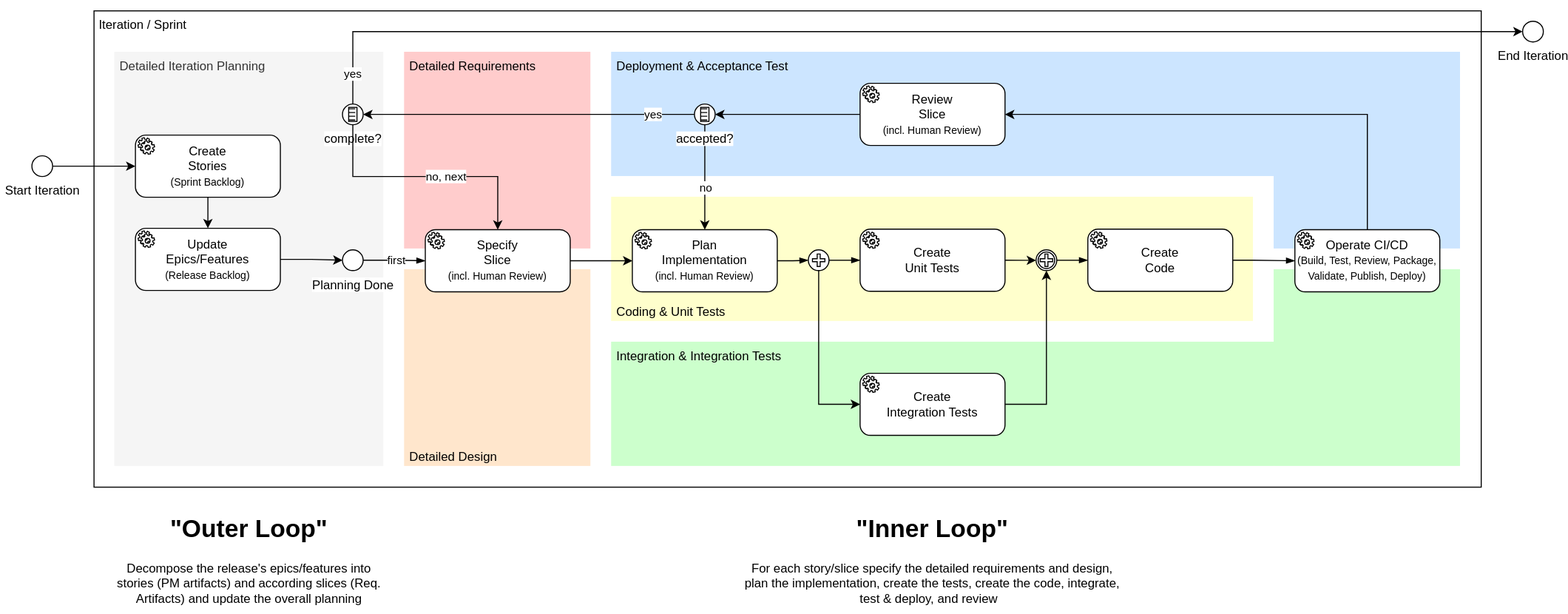
Above: docs/governance/workflows/agent-workflows/Iteration-Agent-Workflow.svg in hochschule-darmstadt/a3se_app (draw.io), before the change. Source tidied: cells renumbered, new cells last; positions are measured from the earlier drawing's top-left corner, leaving out a move shared by most shapes. Source of this version:
```xml
<mxGraphModel>
  <root>
    <mxCell id="0" />
    <mxCell id="1" parent="0" />
    <mxCell id="2" style="rounded=0;whiteSpace=wrap;html=1;align=left;verticalAlign=top;spacingLeft=3;fillColor=#CCFFCC;strokeColor=none;" parent="1" vertex="1">
      <mxGeometry x="1230" y="260" width="180" height="190" as="geometry" />
    </mxCell>
    <mxCell id="3" style="rounded=0;whiteSpace=wrap;html=1;align=left;verticalAlign=top;spacingLeft=3;fillColor=#CCE5FF;strokeColor=none;" parent="1" vertex="1">
      <mxGeometry x="1230" y="50" width="180" height="190" as="geometry" />
    </mxCell>
    <mxCell id="4" value="Iteration / Sprint" style="rounded=0;whiteSpace=wrap;html=1;align=left;verticalAlign=top;spacingLeft=3;fillColor=none;" parent="1" vertex="1">
      <mxGeometry x="90" y="10" width="1340" height="460" as="geometry" />
    </mxCell>
    <mxCell id="5" value="Detailed Design" style="rounded=0;whiteSpace=wrap;html=1;align=left;verticalAlign=bottom;spacingLeft=3;fillColor=#FFE6CC;spacingRight=3;strokeColor=none;" parent="1" vertex="1">
      <mxGeometry x="390" y="260" width="180" height="190" as="geometry" />
    </mxCell>
    <mxCell id="6" value="Detailed Requirements" style="rounded=0;whiteSpace=wrap;html=1;align=left;verticalAlign=top;spacingLeft=3;fillColor=#FFCCCC;strokeColor=none;" parent="1" vertex="1">
      <mxGeometry x="390" y="50" width="180" height="190" as="geometry" />
    </mxCell>
    <mxCell id="7" value="Detailed Iteration Planning" style="rounded=0;whiteSpace=wrap;html=1;align=left;verticalAlign=top;spacingLeft=3;fillColor=#f5f5f5;fontColor=#333333;strokeColor=none;" parent="1" vertex="1">
      <mxGeometry x="110" y="50" width="260" height="400" as="geometry" />
    </mxCell>
    <mxCell id="8" value="Create&lt;div&gt;Stories&lt;font style=&quot;font-size: 10px;&quot;&gt;&lt;br&gt;(Sprint Backlog)&lt;/font&gt;&lt;/div&gt;" style="points=[[0.25,0,0],[0.5,0,0],[0.75,0,0],[1,0.25,0],[1,0.5,0],[1,0.75,0],[0.75,1,0],[0.5,1,0],[0.25,1,0],[0,0.75,0],[0,0.5,0],[0,0.25,0]];shape=mxgraph.bpmn.task2;whiteSpace=wrap;rectStyle=rounded;size=10;html=1;taskMarker=service;spacingTop=0;" parent="1" vertex="1">
      <mxGeometry x="130" y="130" width="140" height="60" as="geometry" />
    </mxCell>
    <mxCell id="9" value="Update&lt;div&gt;Epics/Features&lt;font style=&quot;font-size: 10px;&quot;&gt;&lt;br&gt;(Release Backlog)&lt;/font&gt;&lt;/div&gt;" style="points=[[0.25,0,0],[0.5,0,0],[0.75,0,0],[1,0.25,0],[1,0.5,0],[1,0.75,0],[0.75,1,0],[0.5,1,0],[0.25,1,0],[0,0.75,0],[0,0.5,0],[0,0.25,0]];shape=mxgraph.bpmn.task2;whiteSpace=wrap;rectStyle=rounded;size=10;html=1;taskMarker=service;" parent="1" vertex="1">
      <mxGeometry x="130" y="220" width="140" height="60" as="geometry" />
    </mxCell>
    <mxCell id="10" value="Coding &amp;amp; Unit Tests" style="rounded=0;whiteSpace=wrap;html=1;align=left;verticalAlign=bottom;spacingLeft=3;fillColor=#FFFFCC;strokeColor=none;" parent="1" vertex="1">
      <mxGeometry x="590" y="190" width="620" height="120" as="geometry" />
    </mxCell>
    <mxCell id="11" value="Integration &amp;amp; Integration Tests" style="rounded=0;whiteSpace=wrap;html=1;align=left;verticalAlign=top;spacingLeft=3;fillColor=#CCFFCC;strokeColor=none;" parent="1" vertex="1">
      <mxGeometry x="590" y="330" width="640" height="120" as="geometry" />
    </mxCell>
    <mxCell id="12" value="Plan&lt;div&gt;Implementation&lt;font style=&quot;font-size: 10px;&quot;&gt;&lt;br&gt;(incl. Human Review)&lt;/font&gt;&lt;/div&gt;" style="points=[[0.25,0,0],[0.5,0,0],[0.75,0,0],[1,0.25,0],[1,0.5,0],[1,0.75,0],[0.75,1,0],[0.5,1,0],[0.25,1,0],[0,0.75,0],[0,0.5,0],[0,0.25,0]];shape=mxgraph.bpmn.task2;whiteSpace=wrap;rectStyle=rounded;size=10;html=1;taskMarker=service;" parent="1" vertex="1">
      <mxGeometry x="610" y="221.4" width="140" height="60" as="geometry" />
    </mxCell>
    <mxCell id="13" value="Deployment &amp;amp; Acceptance Test" style="rounded=0;whiteSpace=wrap;html=1;align=left;verticalAlign=top;spacingLeft=3;fillColor=#CCE5FF;strokeColor=none;" parent="1" vertex="1">
      <mxGeometry x="590" y="50" width="640" height="120" as="geometry" />
    </mxCell>
    <mxCell id="14" style="edgeStyle=orthogonalEdgeStyle;rounded=0;jettySize=auto;html=1;exitX=1;exitY=0.5;exitDx=0;exitDy=0;exitPerimeter=0;" parent="1" edge="1" source="15" target="28">
      <mxGeometry relative="1" as="geometry" />
    </mxCell>
    <mxCell id="15" value="Create&lt;div&gt;Unit Tests&lt;/div&gt;" style="points=[[0.25,0,0],[0.5,0,0],[0.75,0,0],[1,0.25,0],[1,0.5,0],[1,0.75,0],[0.75,1,0],[0.5,1,0],[0.25,1,0],[0,0.75,0],[0,0.5,0],[0,0.25,0]];shape=mxgraph.bpmn.task2;whiteSpace=wrap;rectStyle=rounded;size=10;html=1;taskMarker=service;" parent="1" vertex="1">
      <mxGeometry x="830" y="220.9" width="140" height="60" as="geometry" />
    </mxCell>
    <mxCell id="16" value="Create&lt;div&gt;Integration Tests&lt;/div&gt;" style="points=[[0.25,0,0],[0.5,0,0],[0.75,0,0],[1,0.25,0],[1,0.5,0],[1,0.75,0],[0.75,1,0],[0.5,1,0],[0.25,1,0],[0,0.75,0],[0,0.5,0],[0,0.25,0]];shape=mxgraph.bpmn.task2;whiteSpace=wrap;rectStyle=rounded;size=10;html=1;taskMarker=service;" parent="1" vertex="1">
      <mxGeometry x="830" y="360" width="140" height="60" as="geometry" />
    </mxCell>
    <mxCell id="17" value="Review&lt;div&gt;Slice&lt;font style=&quot;font-size: 10px;&quot;&gt;&lt;br&gt;(incl. Human Review)&lt;/font&gt;&lt;/div&gt;" style="points=[[0.25,0,0],[0.5,0,0],[0.75,0,0],[1,0.25,0],[1,0.5,0],[1,0.75,0],[0.75,1,0],[0.5,1,0],[0.25,1,0],[0,0.75,0],[0,0.5,0],[0,0.25,0]];shape=mxgraph.bpmn.task2;whiteSpace=wrap;rectStyle=rounded;size=10;html=1;taskMarker=service;" parent="1" vertex="1">
      <mxGeometry x="830" y="80" width="140" height="60" as="geometry" />
    </mxCell>
    <mxCell id="18" style="edgeStyle=orthogonalEdgeStyle;rounded=0;jettySize=auto;html=1;exitX=1;exitY=0.5;exitDx=0;exitDy=0;exitPerimeter=0;" parent="1" edge="1" source="19" target="8">
      <mxGeometry relative="1" as="geometry" />
    </mxCell>
    <mxCell id="19" value="Start Iteration" style="points=[[0.145,0.145,0],[0.5,0,0],[0.855,0.145,0],[1,0.5,0],[0.855,0.855,0],[0.5,1,0],[0.145,0.855,0],[0,0.5,0]];shape=mxgraph.bpmn.event;html=1;verticalLabelPosition=bottom;labelBackgroundColor=#ffffff;verticalAlign=top;align=center;perimeter=ellipsePerimeter;outlineConnect=0;outline=standard;symbol=general;" parent="1" vertex="1">
      <mxGeometry x="30" y="150" width="20" height="20" as="geometry" />
    </mxCell>
    <mxCell id="20" value="Planning Done" style="points=[[0.145,0.145,0],[0.5,0,0],[0.855,0.145,0],[1,0.5,0],[0.855,0.855,0],[0.5,1,0],[0.145,0.855,0],[0,0.5,0]];shape=mxgraph.bpmn.event;html=1;verticalLabelPosition=bottom;labelBackgroundColor=#ffffff;verticalAlign=top;align=center;perimeter=ellipsePerimeter;outlineConnect=0;outline=standard;symbol=general;" parent="1" vertex="1">
      <mxGeometry x="330" y="240.9" width="20" height="20" as="geometry" />
    </mxCell>
    <mxCell id="21" style="points=[[0.145,0.145,0],[0.5,0,0],[0.855,0.145,0],[1,0.5,0],[0.855,0.855,0],[0.5,1,0],[0.145,0.855,0],[0,0.5,0]];shape=mxgraph.bpmn.event;html=1;verticalLabelPosition=bottom;labelBackgroundColor=#ffffff;verticalAlign=top;align=center;perimeter=ellipsePerimeter;outlineConnect=0;outline=eventInt;symbol=parallelMultiple;" parent="1" vertex="1">
      <mxGeometry x="780" y="240.9" width="20" height="20" as="geometry" />
    </mxCell>
    <mxCell id="22" style="edgeStyle=elbowEdgeStyle;fontSize=12;html=1;endArrow=blockThin;endFill=1;rounded=0;exitX=1;exitY=0.5;exitDx=0;exitDy=0;exitPerimeter=0;entryX=0;entryY=0.5;entryDx=0;entryDy=0;entryPerimeter=0;" parent="1" edge="1" source="12" target="21">
      <mxGeometry relative="1" as="geometry" />
    </mxCell>
    <mxCell id="23" style="edgeStyle=elbowEdgeStyle;fontSize=12;html=1;endArrow=blockThin;endFill=1;rounded=0;entryX=0;entryY=0.5;entryDx=0;entryDy=0;entryPerimeter=0;exitX=1;exitY=0.5;exitDx=0;exitDy=0;exitPerimeter=0;" parent="1" edge="1" source="29" target="46">
      <mxGeometry relative="1" as="geometry">
        <Array as="points">
          <mxPoint x="1210" y="240" />
        </Array>
      </mxGeometry>
    </mxCell>
    <mxCell id="24" style="edgeStyle=elbowEdgeStyle;fontSize=12;html=1;endArrow=blockThin;endFill=1;rounded=0;entryX=0;entryY=0.5;entryDx=0;entryDy=0;entryPerimeter=0;exitX=1;exitY=0.5;exitDx=0;exitDy=0;exitPerimeter=0;" parent="1" edge="1" source="28" target="29">
      <mxGeometry relative="1" as="geometry">
        <Array as="points">
          <mxPoint x="1040" y="220.9" />
        </Array>
      </mxGeometry>
    </mxCell>
    <mxCell id="25" style="edgeStyle=elbowEdgeStyle;fontSize=12;html=1;endArrow=blockThin;endFill=1;rounded=0;exitX=1;exitY=0.5;exitDx=0;exitDy=0;exitPerimeter=0;entryX=0;entryY=0.5;entryDx=0;entryDy=0;entryPerimeter=0;" parent="1" edge="1" source="20" target="27">
      <mxGeometry relative="1" as="geometry" />
    </mxCell>
    <mxCell id="26" value="first" style="edgeLabel;html=1;align=center;verticalAlign=middle;" parent="25" vertex="1">
      <mxGeometry x="-0.25" relative="1" as="geometry">
        <mxPoint x="8" as="offset" />
      </mxGeometry>
    </mxCell>
    <mxCell id="27" value="Specify&lt;div&gt;Slice&lt;font style=&quot;font-size: 10px;&quot;&gt;&lt;br&gt;(incl. Human Review)&lt;/font&gt;&lt;/div&gt;" style="points=[[0.25,0,0],[0.5,0,0],[0.75,0,0],[1,0.25,0],[1,0.5,0],[1,0.75,0],[0.75,1,0],[0.5,1,0],[0.25,1,0],[0,0.75,0],[0,0.5,0],[0,0.25,0]];shape=mxgraph.bpmn.task2;whiteSpace=wrap;rectStyle=rounded;size=10;html=1;taskMarker=service;" parent="1" vertex="1">
      <mxGeometry x="410" y="221.4" width="140" height="60" as="geometry" />
    </mxCell>
    <mxCell id="28" style="points=[[0.145,0.145,0],[0.5,0,0],[0.855,0.145,0],[1,0.5,0],[0.855,0.855,0],[0.5,1,0],[0.145,0.855,0],[0,0.5,0]];shape=mxgraph.bpmn.event;html=1;verticalLabelPosition=bottom;labelBackgroundColor=#ffffff;verticalAlign=top;align=center;perimeter=ellipsePerimeter;outlineConnect=0;outline=catching;symbol=parallelMultiple;" parent="1" vertex="1">
      <mxGeometry x="1000" y="240.9" width="20" height="20" as="geometry" />
    </mxCell>
    <mxCell id="29" value="Create&lt;div&gt;Code&lt;/div&gt;" style="points=[[0.25,0,0],[0.5,0,0],[0.75,0,0],[1,0.25,0],[1,0.5,0],[1,0.75,0],[0.75,1,0],[0.5,1,0],[0.25,1,0],[0,0.75,0],[0,0.5,0],[0,0.25,0]];shape=mxgraph.bpmn.task2;whiteSpace=wrap;rectStyle=rounded;size=10;html=1;taskMarker=service;" parent="1" vertex="1">
      <mxGeometry x="1050" y="220.9" width="140" height="60" as="geometry" />
    </mxCell>
    <mxCell id="30" style="edgeStyle=orthogonalEdgeStyle;rounded=0;jettySize=auto;html=1;exitX=1;exitY=0.5;exitDx=0;exitDy=0;exitPerimeter=0;entryX=0;entryY=0.5;entryDx=0;entryDy=0;entryPerimeter=0;" parent="1" edge="1" source="9" target="20">
      <mxGeometry relative="1" as="geometry" />
    </mxCell>
    <mxCell id="31" style="edgeStyle=elbowEdgeStyle;fontSize=12;html=1;endArrow=blockThin;endFill=1;rounded=0;entryX=0;entryY=0.5;entryDx=0;entryDy=0;entryPerimeter=0;exitX=1;exitY=0.5;exitDx=0;exitDy=0;exitPerimeter=0;" parent="1" edge="1" source="21" target="15">
      <mxGeometry relative="1" as="geometry" />
    </mxCell>
    <mxCell id="32" style="edgeStyle=orthogonalEdgeStyle;rounded=0;jettySize=auto;html=1;exitX=0.5;exitY=1;exitDx=0;exitDy=0;exitPerimeter=0;entryX=0;entryY=0.5;entryDx=0;entryDy=0;entryPerimeter=0;" parent="1" edge="1" source="21" target="16">
      <mxGeometry relative="1" as="geometry" />
    </mxCell>
    <mxCell id="33" style="edgeStyle=orthogonalEdgeStyle;rounded=0;jettySize=auto;html=1;exitX=1;exitY=0.5;exitDx=0;exitDy=0;exitPerimeter=0;entryX=0.5;entryY=1;entryDx=0;entryDy=0;entryPerimeter=0;" parent="1" edge="1" source="16" target="28">
      <mxGeometry relative="1" as="geometry" />
    </mxCell>
    <mxCell id="34" style="edgeStyle=orthogonalEdgeStyle;rounded=0;jettySize=auto;html=1;exitX=0.5;exitY=1;exitDx=0;exitDy=0;exitPerimeter=0;" parent="1" edge="1" source="36" target="12">
      <mxGeometry relative="1" as="geometry" />
    </mxCell>
    <mxCell id="35" value="no" style="edgeLabel;html=1;align=center;verticalAlign=middle;" parent="34" vertex="1">
      <mxGeometry x="0.19" y="3" relative="1" as="geometry">
        <mxPoint x="-3" as="offset" />
      </mxGeometry>
    </mxCell>
    <mxCell id="36" value="accepted?" style="points=[[0.145,0.145,0],[0.5,0,0],[0.855,0.145,0],[1,0.5,0],[0.855,0.855,0],[0.5,1,0],[0.145,0.855,0],[0,0.5,0]];shape=mxgraph.bpmn.event;html=1;verticalLabelPosition=bottom;labelBackgroundColor=#ffffff;verticalAlign=top;align=center;perimeter=ellipsePerimeter;outlineConnect=0;outline=standard;symbol=conditional;" parent="1" vertex="1">
      <mxGeometry x="670" y="100" width="20" height="20" as="geometry" />
    </mxCell>
    <mxCell id="37" style="edgeStyle=orthogonalEdgeStyle;rounded=0;jettySize=auto;html=1;exitX=0;exitY=0.5;exitDx=0;exitDy=0;exitPerimeter=0;entryX=1;entryY=0.5;entryDx=0;entryDy=0;entryPerimeter=0;" parent="1" edge="1" source="17" target="36">
      <mxGeometry relative="1" as="geometry" />
    </mxCell>
    <mxCell id="38" value="yes" style="edgeStyle=orthogonalEdgeStyle;rounded=0;jettySize=auto;html=1;exitX=0;exitY=0.5;exitDx=0;exitDy=0;exitPerimeter=0;entryX=1;entryY=0.5;entryDx=0;entryDy=0;entryPerimeter=0;" parent="1" edge="1" source="36" target="42">
      <mxGeometry x="-0.75" relative="1" as="geometry" />
    </mxCell>
    <mxCell id="39" value="&lt;h1 style=&quot;margin-top: 0px;&quot;&gt;&quot;Outer Loop&quot;&lt;/h1&gt;&lt;p&gt;Decompose the release's epics/features into stories (PM artifacts) and according slices (Req. Artifacts) and update the overall planning&lt;/p&gt;" style="text;html=1;whiteSpace=wrap;overflow=hidden;rounded=0;align=center;" parent="1" vertex="1">
      <mxGeometry x="110" y="490" width="260" height="100" as="geometry" />
    </mxCell>
    <mxCell id="40" value="&lt;h1 style=&quot;margin-top: 0px;&quot;&gt;&quot;Inner Loop&quot;&lt;/h1&gt;&lt;p&gt;For each story/slice specify the detailed requirements and design, plan the implementation, create the tests, create the code, integrate, test &amp;amp; deploy, and review&amp;nbsp;&amp;nbsp;&lt;/p&gt;" style="text;html=1;whiteSpace=wrap;overflow=hidden;rounded=0;align=center;" parent="1" vertex="1">
      <mxGeometry x="715" y="490" width="370" height="100" as="geometry" />
    </mxCell>
    <mxCell id="41" value="yes" style="edgeStyle=orthogonalEdgeStyle;rounded=0;jettySize=auto;html=1;exitX=0.5;exitY=0;exitDx=0;exitDy=0;exitPerimeter=0;entryX=0;entryY=0.5;entryDx=0;entryDy=0;entryPerimeter=0;" parent="1" edge="1" source="42" target="43">
      <mxGeometry x="-0.95" relative="1" as="geometry">
        <Array as="points">
          <mxPoint x="340" y="30" />
        </Array>
      </mxGeometry>
    </mxCell>
    <mxCell id="42" value="&lt;span style=&quot;background-color: light-dark(rgb(255, 255, 255), rgb(18, 18, 18));&quot;&gt;complete?&lt;/span&gt;" style="points=[[0.145,0.145,0],[0.5,0,0],[0.855,0.145,0],[1,0.5,0],[0.855,0.855,0],[0.5,1,0],[0.145,0.855,0],[0,0.5,0]];shape=mxgraph.bpmn.event;html=1;verticalLabelPosition=bottom;labelBackgroundColor=#FFFFFF;verticalAlign=top;align=center;perimeter=ellipsePerimeter;outlineConnect=0;outline=standard;symbol=conditional;" parent="1" vertex="1">
      <mxGeometry x="330" y="100" width="20" height="20" as="geometry" />
    </mxCell>
    <mxCell id="43" value="End Iteration" style="points=[[0.145,0.145,0],[0.5,0,0],[0.855,0.145,0],[1,0.5,0],[0.855,0.855,0],[0.5,1,0],[0.145,0.855,0],[0,0.5,0]];shape=mxgraph.bpmn.event;html=1;verticalLabelPosition=bottom;labelBackgroundColor=#ffffff;verticalAlign=top;align=center;perimeter=ellipsePerimeter;outlineConnect=0;outline=standard;symbol=general;" parent="1" vertex="1">
      <mxGeometry x="1470" y="20" width="20" height="20" as="geometry" />
    </mxCell>
    <mxCell id="44" value="no, next" style="edgeStyle=orthogonalEdgeStyle;rounded=0;jettySize=auto;html=1;exitX=0.5;exitY=1;exitDx=0;exitDy=0;exitPerimeter=0;entryX=0.5;entryY=0;entryDx=0;entryDy=0;entryPerimeter=0;" parent="1" edge="1" source="42" target="27">
      <mxGeometry x="0.16" relative="1" as="geometry">
        <Array as="points">
          <mxPoint x="340" y="170" />
          <mxPoint x="480" y="170" />
        </Array>
      </mxGeometry>
    </mxCell>
    <mxCell id="45" style="endArrow=classic;html=1;rounded=0;entryX=0;entryY=0.5;entryDx=0;entryDy=0;entryPerimeter=0;exitX=1;exitY=0.5;exitDx=0;exitDy=0;exitPerimeter=0;" parent="1" edge="1" source="27" target="12">
      <mxGeometry relative="1" as="geometry" />
    </mxCell>
    <mxCell id="46" value="Operate CI/CD&lt;font style=&quot;font-size: 10px;&quot;&gt;&lt;br&gt;(Build, Test, Review, Package, Validate, Publish, Deploy)&lt;/font&gt;" style="points=[[0.25,0,0],[0.5,0,0],[0.75,0,0],[1,0.25,0],[1,0.5,0],[1,0.75,0],[0.75,1,0],[0.5,1,0],[0.25,1,0],[0,0.75,0],[0,0.5,0],[0,0.25,0]];shape=mxgraph.bpmn.task2;whiteSpace=wrap;rectStyle=rounded;size=10;html=1;taskMarker=service;" parent="1" vertex="1">
      <mxGeometry x="1250" y="221.4" width="140" height="60" as="geometry" />
    </mxCell>
    <mxCell id="47" style="edgeStyle=orthogonalEdgeStyle;rounded=0;jettySize=auto;html=1;exitX=0.5;exitY=0;exitDx=0;exitDy=0;exitPerimeter=0;entryX=1;entryY=0.5;entryDx=0;entryDy=0;entryPerimeter=0;" parent="1" edge="1" source="46" target="17">
      <mxGeometry relative="1" as="geometry" />
    </mxCell>
    <mxCell id="48" style="edgeStyle=orthogonalEdgeStyle;rounded=0;jettySize=auto;html=1;exitX=0.5;exitY=1;exitDx=0;exitDy=0;exitPerimeter=0;entryX=0.5;entryY=0;entryDx=0;entryDy=0;entryPerimeter=0;" parent="1" edge="1" source="8" target="9">
      <mxGeometry relative="1" as="geometry" />
    </mxCell>
    <mxCell id="49" style="rounded=0;whiteSpace=wrap;html=1;fillColor=none;strokeColor=none;" parent="1" vertex="1">
      <mxGeometry width="10" height="10" as="geometry" />
    </mxCell>
  </root>
</mxGraphModel>
```
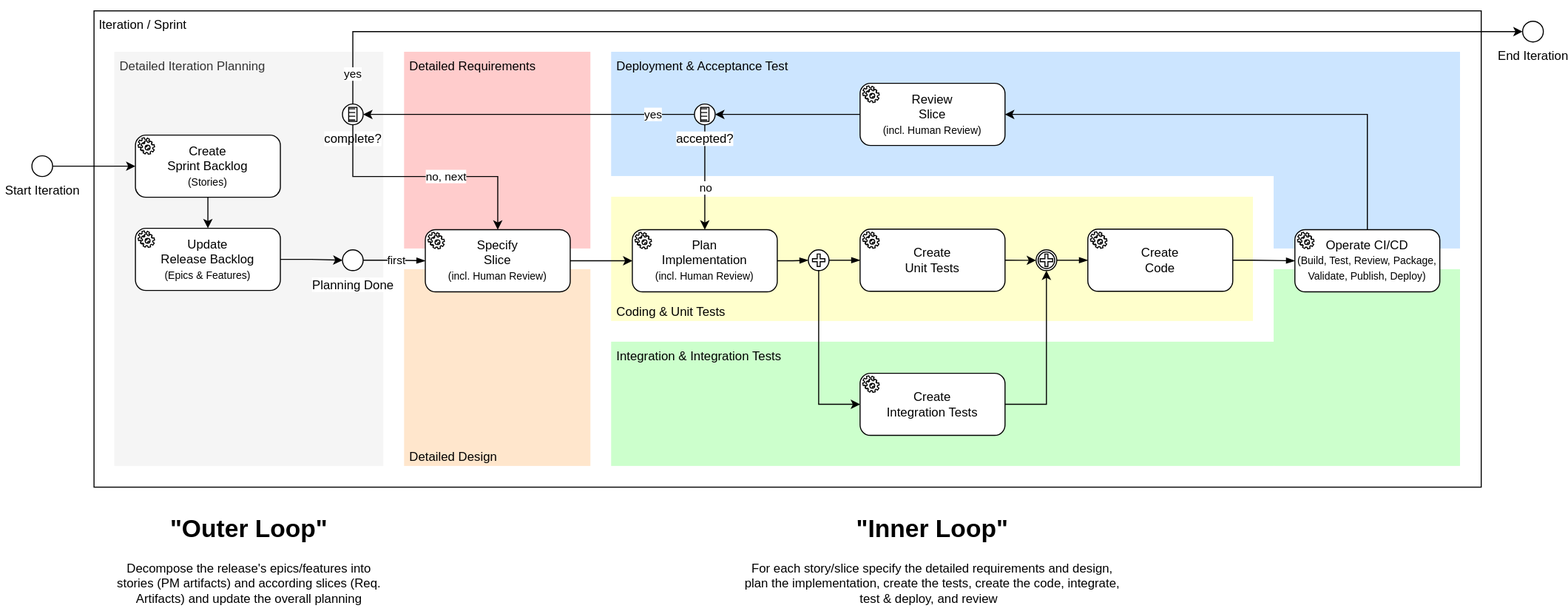
The same diagram one commit later.

Change to the diagram source:
```diff
@@ -20,10 +20,10 @@
     <mxCell id="7" value="Detailed Iteration Planning" style="rounded=0;whiteSpace=wrap;html=1;align=left;verticalAlign=top;spacingLeft=3;fillColor=#f5f5f5;fontColor=#333333;strokeColor=none;" parent="1" vertex="1">
       <mxGeometry x="110" y="50" width="260" height="400" as="geometry" />
     </mxCell>
-    <mxCell id="8" value="Create&lt;div&gt;Stories&lt;font style=&quot;font-size: 10px;&quot;&gt;&lt;br&gt;(Sprint Backlog)&lt;/font&gt;&lt;/div&gt;" style="points=[[0.25,0,0],[0.5,0,0],[0.75,0,0],[1,0.25,0],[1,0.5,0],[1,0.75,0],[0.75,1,0],[0.5,1,0],[0.25,1,0],[0,0.75,0],[0,0.5,0],[0,0.25,0]];shape=mxgraph.bpmn.task2;whiteSpace=wrap;rectStyle=rounded;size=10;html=1;taskMarker=service;spacingTop=0;" parent="1" vertex="1">
+    <mxCell id="8" value="Create&lt;div&gt;Sprint Backlog&lt;font style=&quot;font-size: 10px;&quot;&gt;&lt;br&gt;(Stories)&lt;/font&gt;&lt;/div&gt;" style="points=[[0.25,0,0],[0.5,0,0],[0.75,0,0],[1,0.25,0],[1,0.5,0],[1,0.75,0],[0.75,1,0],[0.5,1,0],[0.25,1,0],[0,0.75,0],[0,0.5,0],[0,0.25,0]];shape=mxgraph.bpmn.task2;whiteSpace=wrap;rectStyle=rounded;size=10;html=1;taskMarker=service;spacingTop=0;" parent="1" vertex="1">
       <mxGeometry x="130" y="130" width="140" height="60" as="geometry" />
     </mxCell>
-    <mxCell id="9" value="Update&lt;div&gt;Epics/Features&lt;font style=&quot;font-size: 10px;&quot;&gt;&lt;br&gt;(Release Backlog)&lt;/font&gt;&lt;/div&gt;" style="points=[[0.25,0,0],[0.5,0,0],[0.75,0,0],[1,0.25,0],[1,0.5,0],[1,0.75,0],[0.75,1,0],[0.5,1,0],[0.25,1,0],[0,0.75,0],[0,0.5,0],[0,0.25,0]];shape=mxgraph.bpmn.task2;whiteSpace=wrap;rectStyle=rounded;size=10;html=1;taskMarker=service;" parent="1" vertex="1">
+    <mxCell id="9" value="Update&lt;div&gt;Release Backlog&lt;font style=&quot;font-size: 10px;&quot;&gt;&lt;br&gt;(Epics &amp;amp; Features)&lt;/font&gt;&lt;/div&gt;" style="points=[[0.25,0,0],[0.5,0,0],[0.75,0,0],[1,0.25,0],[1,0.5,0],[1,0.75,0],[0.75,1,0],[0.5,1,0],[0.25,1,0],[0,0.75,0],[0,0.5,0],[0,0.25,0]];shape=mxgraph.bpmn.task2;whiteSpace=wrap;rectStyle=rounded;size=10;html=1;taskMarker=service;" parent="1" vertex="1">
       <mxGeometry x="130" y="220" width="140" height="60" as="geometry" />
     </mxCell>
     <mxCell id="10" value="Coding &amp;amp; Unit Tests" style="rounded=0;whiteSpace=wrap;html=1;align=left;verticalAlign=bottom;spacingLeft=3;fillColor=#FFFFCC;strokeColor=none;" parent="1" vertex="1">
```
